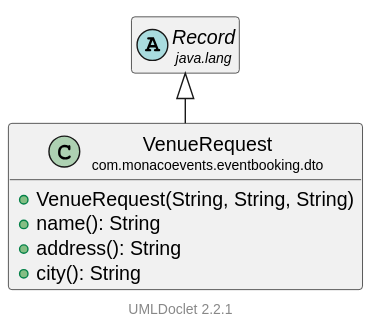
LorisDrid/event-booking-api keeps this PlantUML diagram as docs/uml/com/monacoevents/eventbooking/dto/VenueRequest.svg. Above is the earlier version.
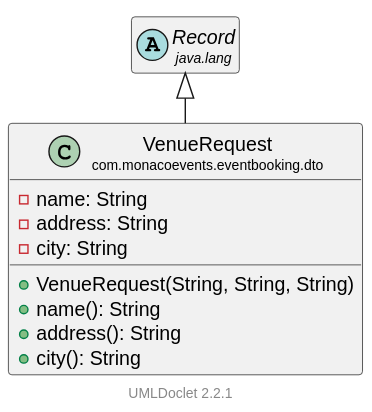
Above is the later version.

Diff of the diagram source:
```diff
@@ -8,6 +8,9 @@
     hide empty methods
 
     class "<size:14>VenueRequest\n<size:10>com.monacoevents.eventbooking.dto" as com.monacoevents.eventbooking.dto.VenueRequest [[..\..\..\..\..\..\target\reports\apidocs\com\monacoevents\eventbooking\dto\VenueRequest.html]] {
+        -name: String
+        -address: String
+        -city: String
         +VenueRequest(String, String, String)
         +name(): String
         +address(): String
```
